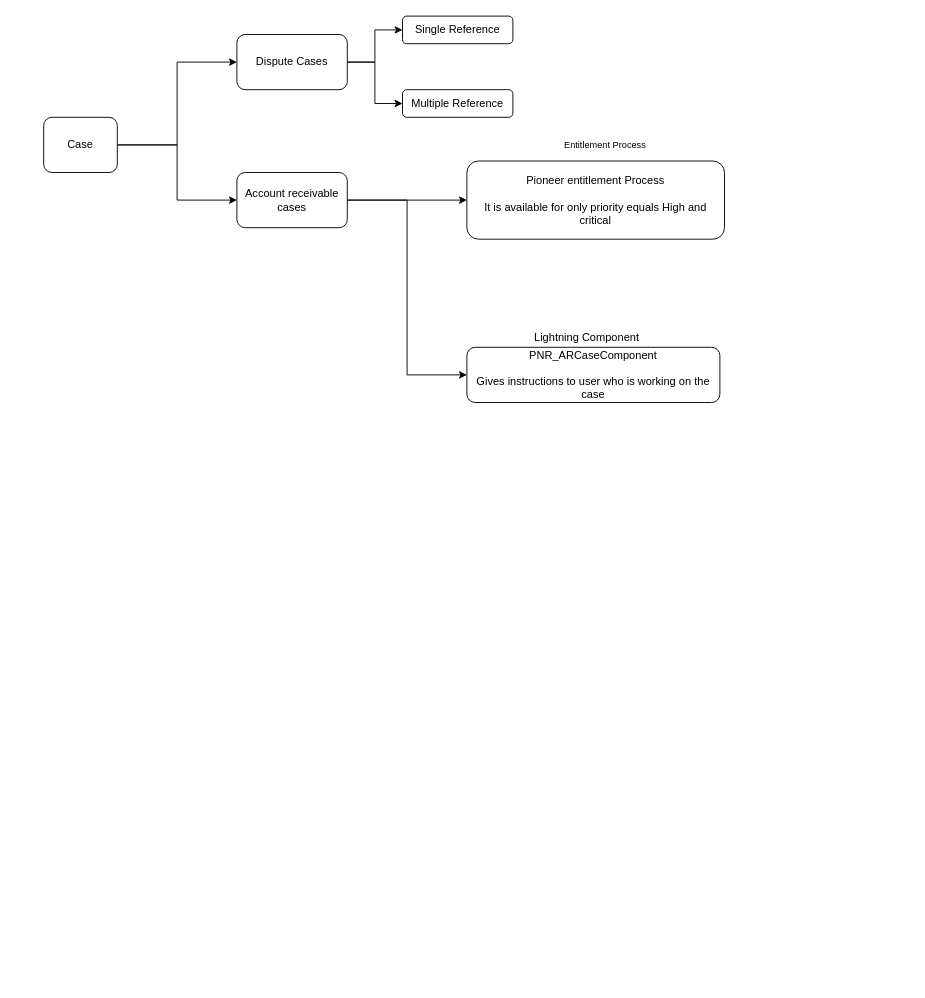
This is Untitled Diagram.drawio from sagaramm/ui_notes, a draw.io file, before an edit. Source tidied: cells renumbered, new cells numbered last; positions are measured from the earlier drawing's top-left corner, leaving out a move shared by most shapes. Both pictures are drawn from the tidied source at 92%, with x=0, y=0 at pixel (43, 16).
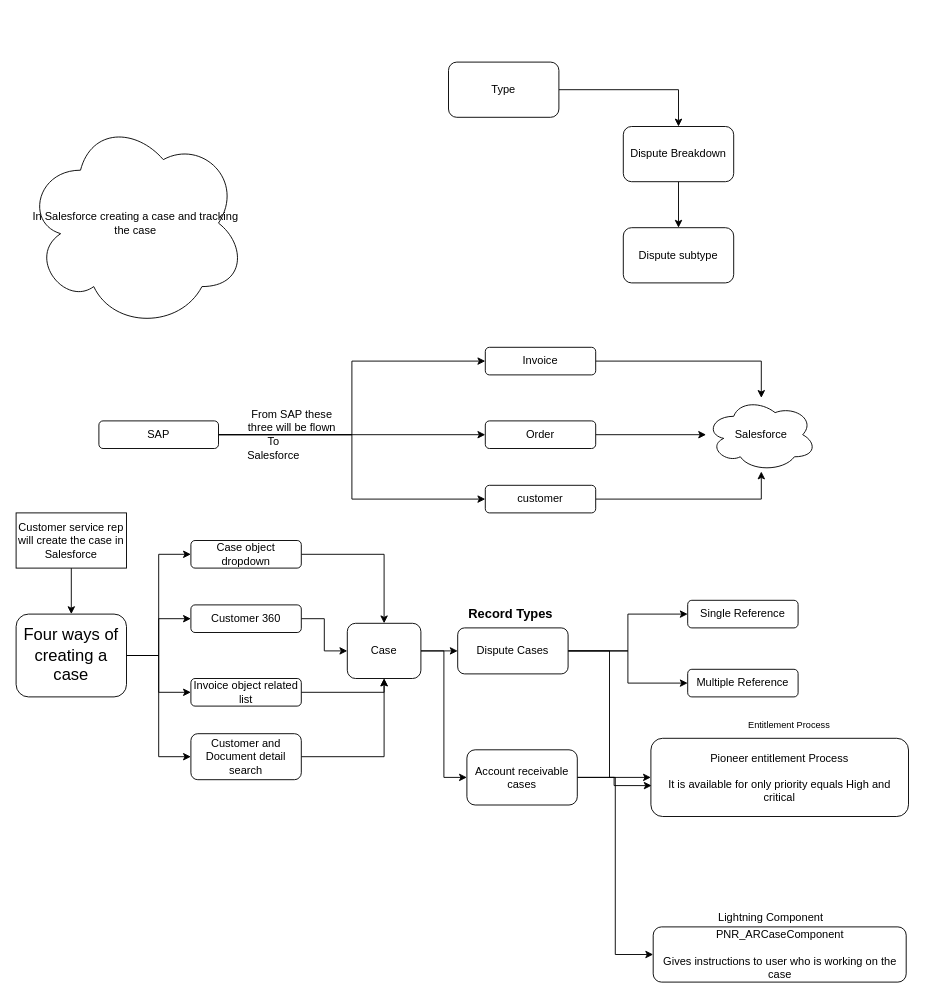
Above is the later version.

Change to the diagram source:
```diff
@@
     <mxCell id="4" value="Case" style="rounded=1;whiteSpace=wrap;html=1;" parent="1" vertex="1">
-      <mxGeometry y="110" width="80" height="60" as="geometry" />
+      <mxGeometry x="330" y="660" width="80" height="60" as="geometry" />
     </mxCell>
@@
+    <mxCell id="17" style="edgeStyle=orthogonalEdgeStyle;rounded=0;jettySize=auto;html=1;entryX=0;entryY=0.5;entryDx=0;entryDy=0;" parent="1" edge="1" source="7" target="11">
+      <mxGeometry relative="1" as="geometry" />
+    </mxCell>
     <mxCell id="7" value="Dispute Cases" style="rounded=1;whiteSpace=wrap;html=1;" parent="1" vertex="1">
-      <mxGeometry x="210" y="20" width="120" height="60" as="geometry" />
+      <mxGeometry x="450" y="665" width="120" height="50" as="geometry" />
     </mxCell>
+    <mxCell id="9" style="edgeStyle=orthogonalEdgeStyle;rounded=0;jettySize=auto;html=1;entryX=0;entryY=0.5;entryDx=0;entryDy=0;fontSize=12;" parent="1" edge="1" source="10" target="14">
+      <mxGeometry relative="1" as="geometry" />
+    </mxCell>
-    <mxCell id="8" style="edgeStyle=orthogonalEdgeStyle;rounded=0;jettySize=auto;html=1;exitX=1;exitY=0.5;exitDx=0;exitDy=0;" parent="1" edge="1" source="10" target="11">
+    <mxCell id="8" style="edgeStyle=orthogonalEdgeStyle;rounded=0;jettySize=auto;html=1;entryX=0.003;entryY=0.605;entryDx=0;entryDy=0;entryPerimeter=0;" parent="1" edge="1" source="10" target="11">
       <mxGeometry relative="1" as="geometry" />
     </mxCell>
-    <mxCell id="9" style="edgeStyle=orthogonalEdgeStyle;rounded=0;jettySize=auto;html=1;entryX=0;entryY=0.5;entryDx=0;entryDy=0;fontSize=12;" parent="1" edge="1" source="10" target="14">
-      <mxGeometry relative="1" as="geometry" />
-    </mxCell>
     <mxCell id="10" value="Account receivable cases" style="rounded=1;whiteSpace=wrap;html=1;" parent="1" vertex="1">
-      <mxGeometry x="210" y="170" width="120" height="60" as="geometry" />
+      <mxGeometry x="460" y="797.5" width="120" height="60" as="geometry" />
     </mxCell>
     <mxCell id="11" value="Pioneer entitlement Process&lt;br&gt;&lt;br&gt;It is available for only priority equals High and critical" style="rounded=1;whiteSpace=wrap;html=1;" parent="1" vertex="1">
-      <mxGeometry x="460" y="157.5" width="280" height="85" as="geometry" />
+      <mxGeometry x="660" y="785" width="280" height="85" as="geometry" />
     </mxCell>
     <mxCell id="12" value="Entitlement Process" style="text;strokeColor=none;fillColor=none;html=1;fontSize=10;fontStyle=0;verticalAlign=middle;align=center;" parent="1" vertex="1">
-      <mxGeometry x="560" y="120" width="100" height="40" as="geometry" />
+      <mxGeometry x="760" y="750" width="100" height="40" as="geometry" />
     </mxCell>
     <mxCell id="13" value="Lightning Component" style="text;strokeColor=none;fillColor=none;html=1;fontSize=12;fontStyle=0;verticalAlign=middle;align=center;" parent="1" vertex="1">
-      <mxGeometry x="540" y="330" width="100" height="40" as="geometry" />
+      <mxGeometry x="740" y="960" width="100" height="40" as="geometry" />
     </mxCell>
     <mxCell id="14" value="PNR_ARCaseComponent&lt;br&gt;&lt;br&gt;Gives instructions to user who is working on the case" style="rounded=1;whiteSpace=wrap;html=1;fontSize=12;" parent="1" vertex="1">
-      <mxGeometry x="460" y="360" width="275" height="60" as="geometry" />
+      <mxGeometry x="662.5" y="990" width="275" height="60" as="geometry" />
     </mxCell>
     <mxCell id="15" value="Single Reference" style="rounded=1;whiteSpace=wrap;html=1;fontSize=12;" parent="1" vertex="1">
-      <mxGeometry x="390" width="120" height="30" as="geometry" />
+      <mxGeometry x="700" y="635" width="120" height="30" as="geometry" />
     </mxCell>
     <mxCell id="16" value="Multiple Reference" style="rounded=1;whiteSpace=wrap;html=1;fontSize=12;" parent="1" vertex="1">
-      <mxGeometry x="390" y="80" width="120" height="30" as="geometry" />
+      <mxGeometry x="700" y="710" width="120" height="30" as="geometry" />
     </mxCell>
+    <mxCell id="18" style="edgeStyle=orthogonalEdgeStyle;rounded=0;jettySize=auto;html=1;entryX=0;entryY=0.5;entryDx=0;entryDy=0;" parent="1" edge="1" source="22" target="24">
+      <mxGeometry relative="1" as="geometry" />
+    </mxCell>
+    <mxCell id="19" style="edgeStyle=orthogonalEdgeStyle;rounded=0;jettySize=auto;html=1;" parent="1" edge="1" source="22" target="26">
+      <mxGeometry relative="1" as="geometry" />
+    </mxCell>
+    <mxCell id="20" style="edgeStyle=orthogonalEdgeStyle;rounded=0;jettySize=auto;html=1;entryX=0;entryY=0.5;entryDx=0;entryDy=0;" parent="1" edge="1" source="22" target="28">
+      <mxGeometry relative="1" as="geometry" />
+    </mxCell>
+    <mxCell id="21" style="edgeStyle=orthogonalEdgeStyle;rounded=0;jettySize=auto;html=1;entryX=0;entryY=0.5;entryDx=0;entryDy=0;" parent="1" edge="1" source="22" target="30">
+      <mxGeometry relative="1" as="geometry" />
+    </mxCell>
+    <mxCell id="22" value="&lt;font style=&quot;font-size: 18px&quot;&gt;Four ways of creating a case&lt;/font&gt;" style="rounded=1;whiteSpace=wrap;html=1;" parent="1" vertex="1">
+      <mxGeometry x="-30" y="650" width="120" height="90" as="geometry" />
+    </mxCell>
+    <mxCell id="23" style="edgeStyle=orthogonalEdgeStyle;rounded=0;jettySize=auto;html=1;entryX=0.5;entryY=0;entryDx=0;entryDy=0;" parent="1" edge="1" source="24" target="4">
+      <mxGeometry relative="1" as="geometry" />
+    </mxCell>
+    <mxCell id="24" value="Case object dropdown" style="rounded=1;whiteSpace=wrap;html=1;" parent="1" vertex="1">
+      <mxGeometry x="160" y="570" width="120" height="30" as="geometry" />
+    </mxCell>
+    <mxCell id="25" style="edgeStyle=orthogonalEdgeStyle;rounded=0;jettySize=auto;html=1;entryX=0;entryY=0.5;entryDx=0;entryDy=0;" parent="1" edge="1" source="26" target="4">
+      <mxGeometry relative="1" as="geometry" />
+    </mxCell>
+    <mxCell id="26" value="Customer 360" style="rounded=1;whiteSpace=wrap;html=1;" parent="1" vertex="1">
+      <mxGeometry x="160" y="640" width="120" height="30" as="geometry" />
+    </mxCell>
+    <mxCell id="27" style="edgeStyle=orthogonalEdgeStyle;rounded=0;jettySize=auto;html=1;entryX=0.5;entryY=1;entryDx=0;entryDy=0;" parent="1" edge="1" source="28" target="4">
+      <mxGeometry relative="1" as="geometry">
+        <Array as="points">
+          <mxPoint x="370" y="735" />
+        </Array>
+      </mxGeometry>
+    </mxCell>
+    <mxCell id="28" value="Invoice object related list" style="rounded=1;whiteSpace=wrap;html=1;" parent="1" vertex="1">
+      <mxGeometry x="160" y="720" width="120" height="30" as="geometry" />
+    </mxCell>
+    <mxCell id="29" style="edgeStyle=orthogonalEdgeStyle;rounded=0;jettySize=auto;html=1;entryX=0.5;entryY=1;entryDx=0;entryDy=0;" parent="1" edge="1" source="30" target="4">
+      <mxGeometry relative="1" as="geometry" />
+    </mxCell>
+    <mxCell id="30" value="Customer and Document detail search" style="rounded=1;whiteSpace=wrap;html=1;" parent="1" vertex="1">
+      <mxGeometry x="160" y="780" width="120" height="50" as="geometry" />
+    </mxCell>
+    <mxCell id="31" value="&lt;div&gt;&lt;b&gt;&lt;font style=&quot;font-size: 14px&quot;&gt;Record Types&lt;/font&gt;&lt;/b&gt;&lt;/div&gt;" style="text;strokeColor=none;fillColor=none;html=1;whiteSpace=wrap;verticalAlign=middle;overflow=hidden;" parent="1" vertex="1">
+      <mxGeometry x="460" y="610" width="100" height="80" as="geometry" />
+    </mxCell>
+    <mxCell id="32" style="edgeStyle=orthogonalEdgeStyle;rounded=0;jettySize=auto;html=1;entryX=0;entryY=0.5;entryDx=0;entryDy=0;" parent="1" edge="1" source="35" target="37">
+      <mxGeometry relative="1" as="geometry" />
+    </mxCell>
+    <mxCell id="33" style="edgeStyle=orthogonalEdgeStyle;rounded=0;jettySize=auto;html=1;entryX=0;entryY=0.5;entryDx=0;entryDy=0;" parent="1" edge="1" source="35" target="39">
+      <mxGeometry relative="1" as="geometry" />
+    </mxCell>
+    <mxCell id="34" style="edgeStyle=orthogonalEdgeStyle;rounded=0;jettySize=auto;html=1;entryX=0;entryY=0.5;entryDx=0;entryDy=0;" parent="1" edge="1" source="35" target="41">
+      <mxGeometry relative="1" as="geometry" />
+    </mxCell>
+    <mxCell id="35" value="SAP" style="rounded=1;whiteSpace=wrap;html=1;" parent="1" vertex="1">
+      <mxGeometry x="60" y="440" width="130" height="30" as="geometry" />
+    </mxCell>
+    <mxCell id="36" style="edgeStyle=orthogonalEdgeStyle;rounded=0;jettySize=auto;html=1;" parent="1" edge="1" source="37" target="45">
+      <mxGeometry relative="1" as="geometry" />
+    </mxCell>
+    <mxCell id="37" value="Order" style="rounded=1;whiteSpace=wrap;html=1;" parent="1" vertex="1">
+      <mxGeometry x="480" y="440" width="120" height="30" as="geometry" />
+    </mxCell>
+    <mxCell id="38" style="edgeStyle=orthogonalEdgeStyle;rounded=0;jettySize=auto;html=1;" parent="1" edge="1" source="39" target="45">
+      <mxGeometry relative="1" as="geometry" />
+    </mxCell>
+    <mxCell id="39" value="Invoice" style="rounded=1;whiteSpace=wrap;html=1;" parent="1" vertex="1">
+      <mxGeometry x="480" y="360" width="120" height="30" as="geometry" />
+    </mxCell>
+    <mxCell id="40" style="edgeStyle=orthogonalEdgeStyle;rounded=0;jettySize=auto;html=1;" parent="1" edge="1" source="41" target="45">
+      <mxGeometry relative="1" as="geometry" />
+    </mxCell>
+    <mxCell id="41" value="customer" style="rounded=1;whiteSpace=wrap;html=1;" parent="1" vertex="1">
+      <mxGeometry x="480" y="510" width="120" height="30" as="geometry" />
+    </mxCell>
+    <mxCell id="42" value="In Salesforce creating a case and tracking the case" style="ellipse;shape=cloud;whiteSpace=wrap;html=1;" parent="1" vertex="1">
+      <mxGeometry x="-20" y="110" width="240" height="230" as="geometry" />
+    </mxCell>
+    <mxCell id="43" value="From SAP these three will be flown" style="text;html=1;strokeColor=none;fillColor=none;align=center;verticalAlign=middle;whiteSpace=wrap;rounded=0;" parent="1" vertex="1">
+      <mxGeometry x="210" y="430" width="120" height="20" as="geometry" />
+    </mxCell>
+    <mxCell id="44" value="To Salesforce" style="text;html=1;strokeColor=none;fillColor=none;align=center;verticalAlign=middle;whiteSpace=wrap;rounded=0;" parent="1" vertex="1">
+      <mxGeometry x="230" y="460" width="40" height="20" as="geometry" />
+    </mxCell>
+    <mxCell id="45" value="Salesforce" style="ellipse;shape=cloud;whiteSpace=wrap;html=1;" parent="1" vertex="1">
+      <mxGeometry x="720" y="415" width="120" height="80" as="geometry" />
+    </mxCell>
+    <mxCell id="46" style="edgeStyle=orthogonalEdgeStyle;rounded=0;jettySize=auto;html=1;entryX=0.5;entryY=0;entryDx=0;entryDy=0;" parent="1" edge="1" source="47" target="22">
+      <mxGeometry relative="1" as="geometry" />
+    </mxCell>
+    <mxCell id="47" value="Customer service rep will create the case in Salesforce" style="rounded=0;whiteSpace=wrap;html=1;" parent="1" vertex="1">
+      <mxGeometry x="-30" y="540" width="120" height="60" as="geometry" />
+    </mxCell>
+    <mxCell id="48" style="edgeStyle=orthogonalEdgeStyle;rounded=0;jettySize=auto;html=1;entryX=0.5;entryY=0;entryDx=0;entryDy=0;" parent="1" edge="1" source="49" target="51">
+      <mxGeometry relative="1" as="geometry" />
+    </mxCell>
+    <mxCell id="49" value="Type" style="rounded=1;whiteSpace=wrap;html=1;" parent="1" vertex="1">
+      <mxGeometry x="440" y="50" width="120" height="60" as="geometry" />
+    </mxCell>
+    <mxCell id="50" style="edgeStyle=orthogonalEdgeStyle;rounded=0;jettySize=auto;html=1;entryX=0.5;entryY=0;entryDx=0;entryDy=0;" parent="1" edge="1" source="51" target="52">
+      <mxGeometry relative="1" as="geometry" />
+    </mxCell>
+    <mxCell id="51" value="Dispute Breakdown" style="rounded=1;whiteSpace=wrap;html=1;" parent="1" vertex="1">
+      <mxGeometry x="630" y="120" width="120" height="60" as="geometry" />
+    </mxCell>
+    <mxCell id="52" value="Dispute subtype" style="rounded=1;whiteSpace=wrap;html=1;" parent="1" vertex="1">
+      <mxGeometry x="630" y="230" width="120" height="60" as="geometry" />
+    </mxCell>
```
